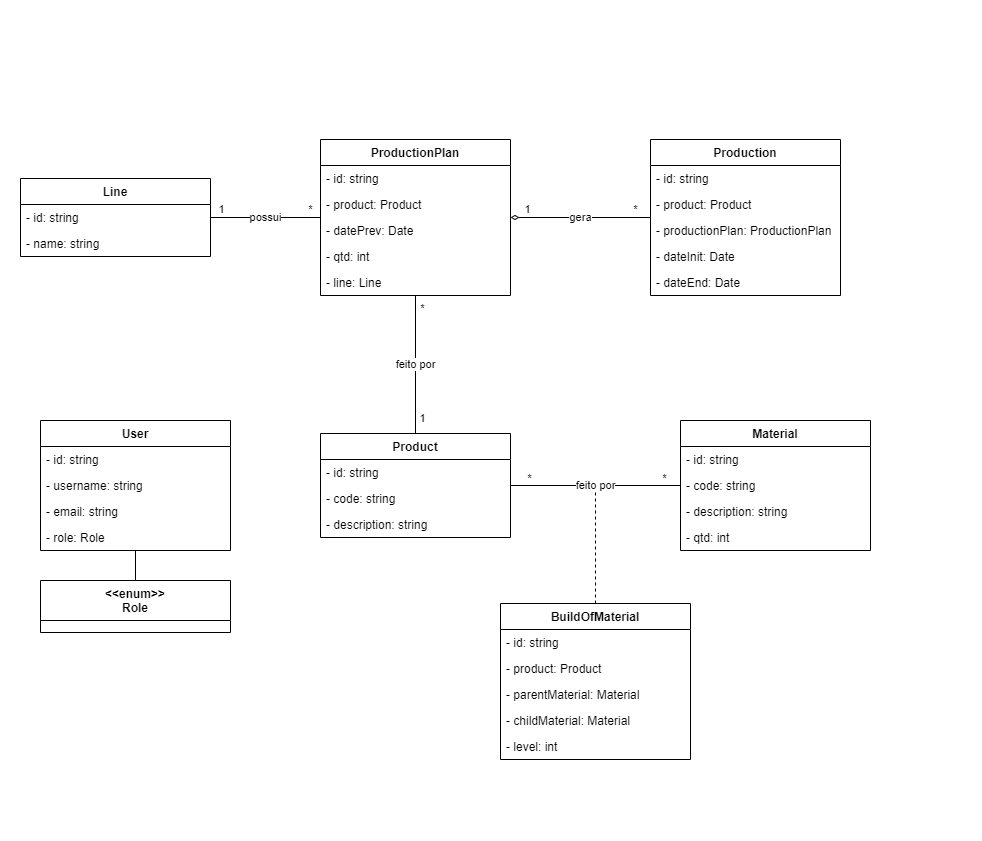
Earlier version of the draw.io export docs/imagens/diagram_classes.drawio.png (eduardobandeiramg/mrp). Source tidied: cells renumbered, new cells last; positions are measured from the earlier drawing's top-left corner, leaving out a move shared by most shapes.
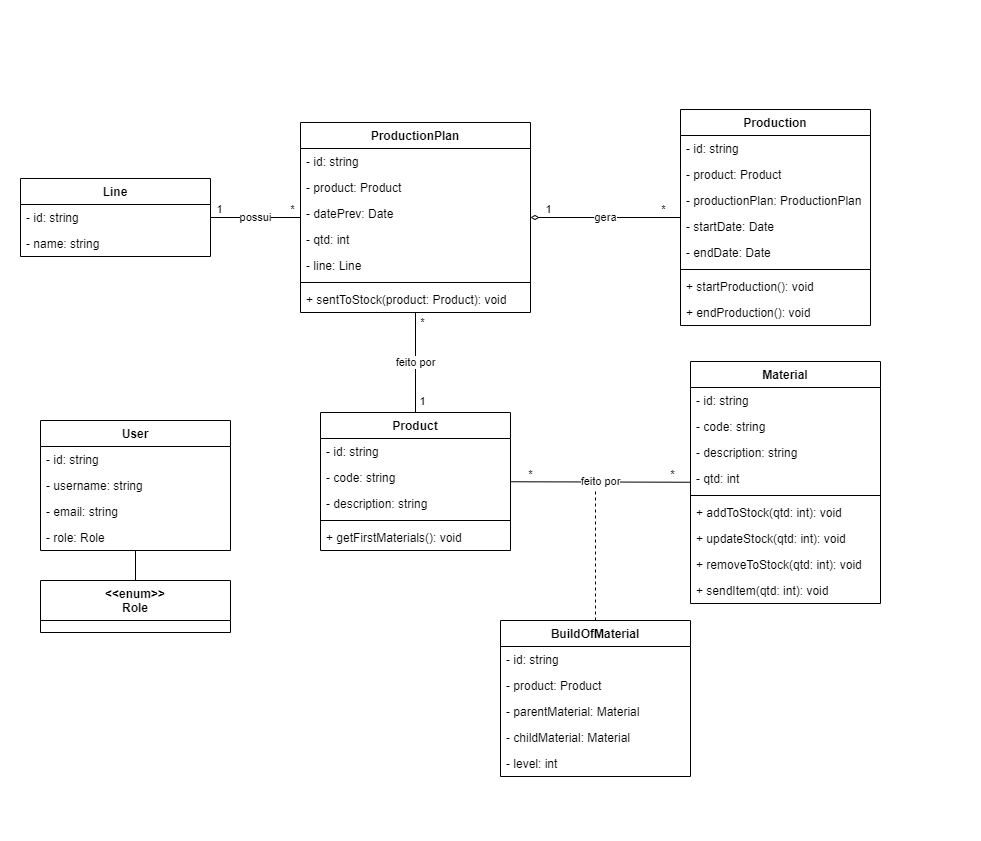
The same file after the commit.

Change to the diagram source:
```diff
@@ -18,40 +18,13 @@
         <mxPoint x="-2" y="-9" as="offset" />
       </mxGeometry>
     </mxCell>
-    <mxCell id="6" value="Product" style="swimlane;fontStyle=1;align=center;verticalAlign=top;horizontal=1;startSize=26;" parent="1" vertex="1">
-      <mxGeometry x="320" y="433" width="190" height="104" as="geometry" />
-    </mxCell>
-    <mxCell id="7" value="- id: string" style="text;strokeColor=none;fillColor=none;align=left;verticalAlign=top;spacingLeft=4;spacingRight=4;overflow=hidden;" parent="6" vertex="1">
-      <mxGeometry y="26" width="190" height="26" as="geometry" />
-    </mxCell>
-    <mxCell id="8" value="- code: string" style="text;strokeColor=none;fillColor=none;align=left;verticalAlign=top;spacingLeft=4;spacingRight=4;overflow=hidden;" parent="6" vertex="1">
-      <mxGeometry y="52" width="190" height="26" as="geometry" />
-    </mxCell>
-    <mxCell id="9" value="- description: string" style="text;strokeColor=none;fillColor=none;align=left;verticalAlign=top;spacingLeft=4;spacingRight=4;overflow=hidden;" parent="6" vertex="1">
-      <mxGeometry y="78" width="190" height="26" as="geometry" />
-    </mxCell>
-    <mxCell id="10" value="Material" style="swimlane;fontStyle=1;align=center;verticalAlign=top;horizontal=1;startSize=26;" parent="1" vertex="1">
-      <mxGeometry x="680" y="420" width="190" height="130" as="geometry" />
-    </mxCell>
-    <mxCell id="11" value="- id: string" style="text;strokeColor=none;fillColor=none;align=left;verticalAlign=top;spacingLeft=4;spacingRight=4;overflow=hidden;" parent="10" vertex="1">
-      <mxGeometry y="26" width="190" height="26" as="geometry" />
-    </mxCell>
-    <mxCell id="12" value="- code: string" style="text;strokeColor=none;fillColor=none;align=left;verticalAlign=top;spacingLeft=4;spacingRight=4;overflow=hidden;" parent="10" vertex="1">
-      <mxGeometry y="52" width="190" height="26" as="geometry" />
-    </mxCell>
-    <mxCell id="13" value="- description: string" style="text;strokeColor=none;fillColor=none;align=left;verticalAlign=top;spacingLeft=4;spacingRight=4;overflow=hidden;" parent="10" vertex="1">
-      <mxGeometry y="78" width="190" height="26" as="geometry" />
-    </mxCell>
-    <mxCell id="14" value="- qtd: int" style="text;strokeColor=none;fillColor=none;align=left;verticalAlign=top;spacingLeft=4;spacingRight=4;overflow=hidden;" parent="10" vertex="1">
-      <mxGeometry y="104" width="190" height="26" as="geometry" />
-    </mxCell>
     <mxCell id="15" style="edgeStyle=none;html=1;endArrow=none;endFill=0;dashed=1;" parent="1" edge="1" source="16">
       <mxGeometry relative="1" as="geometry">
         <mxPoint x="595" y="490" as="targetPoint" />
       </mxGeometry>
     </mxCell>
     <mxCell id="16" value="BuildOfMaterial" style="swimlane;fontStyle=1;align=center;verticalAlign=top;horizontal=1;startSize=26;" parent="1" vertex="1">
-      <mxGeometry x="500" y="603" width="190" height="156" as="geometry" />
+      <mxGeometry x="500" y="620" width="190" height="156" as="geometry" />
     </mxCell>
     <mxCell id="17" value="- id: string" style="text;strokeColor=none;fillColor=none;align=left;verticalAlign=top;spacingLeft=4;spacingRight=4;overflow=hidden;" parent="16" vertex="1">
       <mxGeometry y="26" width="190" height="26" as="geometry" />
@@ -115,42 +88,6 @@
         <mxPoint x="6" as="offset" />
       </mxGeometry>
     </mxCell>
-    <mxCell id="35" value="ProductionPlan" style="swimlane;fontStyle=1;align=center;verticalAlign=top;horizontal=1;startSize=26;" parent="1" vertex="1">
-      <mxGeometry x="320" y="139" width="190" height="156" as="geometry" />
-    </mxCell>
-    <mxCell id="36" value="- id: string" style="text;strokeColor=none;fillColor=none;align=left;verticalAlign=top;spacingLeft=4;spacingRight=4;overflow=hidden;" parent="35" vertex="1">
-      <mxGeometry y="26" width="190" height="26" as="geometry" />
-    </mxCell>
-    <mxCell id="37" value="- product: Product" style="text;strokeColor=none;fillColor=none;align=left;verticalAlign=top;spacingLeft=4;spacingRight=4;overflow=hidden;" parent="35" vertex="1">
-      <mxGeometry y="52" width="190" height="26" as="geometry" />
-    </mxCell>
-    <mxCell id="38" value="- datePrev: Date" style="text;strokeColor=none;fillColor=none;align=left;verticalAlign=top;spacingLeft=4;spacingRight=4;overflow=hidden;" parent="35" vertex="1">
-      <mxGeometry y="78" width="190" height="26" as="geometry" />
-    </mxCell>
-    <mxCell id="39" value="- qtd: int" style="text;strokeColor=none;fillColor=none;align=left;verticalAlign=top;spacingLeft=4;spacingRight=4;overflow=hidden;" parent="35" vertex="1">
-      <mxGeometry y="104" width="190" height="26" as="geometry" />
-    </mxCell>
-    <mxCell id="40" value="- line: Line" style="text;strokeColor=none;fillColor=none;align=left;verticalAlign=top;spacingLeft=4;spacingRight=4;overflow=hidden;" parent="35" vertex="1">
-      <mxGeometry y="130" width="190" height="26" as="geometry" />
-    </mxCell>
-    <mxCell id="41" value="Production" style="swimlane;fontStyle=1;align=center;verticalAlign=top;horizontal=1;startSize=26;" parent="1" vertex="1">
-      <mxGeometry x="650" y="139" width="190" height="156" as="geometry" />
-    </mxCell>
-    <mxCell id="42" value="- id: string" style="text;strokeColor=none;fillColor=none;align=left;verticalAlign=top;spacingLeft=4;spacingRight=4;overflow=hidden;" parent="41" vertex="1">
-      <mxGeometry y="26" width="190" height="26" as="geometry" />
-    </mxCell>
-    <mxCell id="43" value="- product: Product" style="text;strokeColor=none;fillColor=none;align=left;verticalAlign=top;spacingLeft=4;spacingRight=4;overflow=hidden;" parent="41" vertex="1">
-      <mxGeometry y="52" width="190" height="26" as="geometry" />
-    </mxCell>
-    <mxCell id="44" value="- productionPlan: ProductionPlan" style="text;strokeColor=none;fillColor=none;align=left;verticalAlign=top;spacingLeft=4;spacingRight=4;overflow=hidden;" parent="41" vertex="1">
-      <mxGeometry y="78" width="190" height="26" as="geometry" />
-    </mxCell>
-    <mxCell id="45" value="- dateInit: Date" style="text;strokeColor=none;fillColor=none;align=left;verticalAlign=top;spacingLeft=4;spacingRight=4;overflow=hidden;" parent="41" vertex="1">
-      <mxGeometry y="104" width="190" height="26" as="geometry" />
-    </mxCell>
-    <mxCell id="46" value="- dateEnd: Date" style="text;strokeColor=none;fillColor=none;align=left;verticalAlign=top;spacingLeft=4;spacingRight=4;overflow=hidden;" parent="41" vertex="1">
-      <mxGeometry y="130" width="190" height="26" as="geometry" />
-    </mxCell>
     <mxCell id="47" value="possui" style="edgeStyle=none;html=1;startArrow=none;startFill=0;endArrow=none;endFill=0;" parent="1" edge="1" source="50" target="35">
       <mxGeometry relative="1" as="geometry" />
     </mxCell>
@@ -173,5 +110,104 @@
     <mxCell id="52" value="- name: string" style="text;strokeColor=none;fillColor=none;align=left;verticalAlign=top;spacingLeft=4;spacingRight=4;overflow=hidden;" parent="50" vertex="1">
       <mxGeometry y="52" width="190" height="26" as="geometry" />
     </mxCell>
+    <mxCell id="41" value="Production" style="swimlane;fontStyle=1;align=center;verticalAlign=top;horizontal=1;startSize=26;" parent="1" vertex="1">
+      <mxGeometry x="680" y="109" width="190" height="216" as="geometry" />
+    </mxCell>
+    <mxCell id="53" value="- id: string" style="text;strokeColor=none;fillColor=none;align=left;verticalAlign=top;spacingLeft=4;spacingRight=4;overflow=hidden;" parent="41" vertex="1">
+      <mxGeometry y="26" width="190" height="26" as="geometry" />
+    </mxCell>
+    <mxCell id="54" value="- product: Product" style="text;strokeColor=none;fillColor=none;align=left;verticalAlign=top;spacingLeft=4;spacingRight=4;overflow=hidden;" parent="41" vertex="1">
+      <mxGeometry y="52" width="190" height="26" as="geometry" />
+    </mxCell>
+    <mxCell id="44" value="- productionPlan: ProductionPlan" style="text;strokeColor=none;fillColor=none;align=left;verticalAlign=top;spacingLeft=4;spacingRight=4;overflow=hidden;" parent="41" vertex="1">
+      <mxGeometry y="78" width="190" height="26" as="geometry" />
+    </mxCell>
+    <mxCell id="55" value="- startDate: Date" style="text;strokeColor=none;fillColor=none;align=left;verticalAlign=top;spacingLeft=4;spacingRight=4;overflow=hidden;" parent="41" vertex="1">
+      <mxGeometry y="104" width="190" height="26" as="geometry" />
+    </mxCell>
+    <mxCell id="56" value="- endDate: Date" style="text;strokeColor=none;fillColor=none;align=left;verticalAlign=top;spacingLeft=4;spacingRight=4;overflow=hidden;" parent="41" vertex="1">
+      <mxGeometry y="130" width="190" height="26" as="geometry" />
+    </mxCell>
+    <mxCell id="57" style="line;strokeWidth=1;fillColor=none;align=left;verticalAlign=middle;spacingTop=-1;spacingLeft=3;spacingRight=3;labelPosition=right;strokeColor=inherit;" parent="41" vertex="1">
+      <mxGeometry y="156" width="190" height="8" as="geometry" />
+    </mxCell>
+    <mxCell id="58" value="+ startProduction(): void" style="text;strokeColor=none;fillColor=none;align=left;verticalAlign=top;spacingLeft=4;spacingRight=4;overflow=hidden;" parent="41" vertex="1">
+      <mxGeometry y="164" width="190" height="26" as="geometry" />
+    </mxCell>
+    <mxCell id="59" value="+ endProduction(): void" style="text;strokeColor=none;fillColor=none;align=left;verticalAlign=top;spacingLeft=4;spacingRight=4;overflow=hidden;" parent="41" vertex="1">
+      <mxGeometry y="190" width="190" height="26" as="geometry" />
+    </mxCell>
+    <mxCell id="35" value="ProductionPlan" style="swimlane;fontStyle=1;align=center;verticalAlign=top;horizontal=1;startSize=26;" parent="1" vertex="1">
+      <mxGeometry x="300" y="122" width="230" height="190" as="geometry" />
+    </mxCell>
+    <mxCell id="60" value="- id: string" style="text;strokeColor=none;fillColor=none;align=left;verticalAlign=top;spacingLeft=4;spacingRight=4;overflow=hidden;" parent="35" vertex="1">
+      <mxGeometry y="26" width="230" height="26" as="geometry" />
+    </mxCell>
+    <mxCell id="61" value="- product: Product" style="text;strokeColor=none;fillColor=none;align=left;verticalAlign=top;spacingLeft=4;spacingRight=4;overflow=hidden;" parent="35" vertex="1">
+      <mxGeometry y="52" width="230" height="26" as="geometry" />
+    </mxCell>
+    <mxCell id="38" value="- datePrev: Date" style="text;strokeColor=none;fillColor=none;align=left;verticalAlign=top;spacingLeft=4;spacingRight=4;overflow=hidden;" parent="35" vertex="1">
+      <mxGeometry y="78" width="230" height="26" as="geometry" />
+    </mxCell>
+    <mxCell id="62" value="- qtd: int" style="text;strokeColor=none;fillColor=none;align=left;verticalAlign=top;spacingLeft=4;spacingRight=4;overflow=hidden;" parent="35" vertex="1">
+      <mxGeometry y="104" width="230" height="26" as="geometry" />
+    </mxCell>
+    <mxCell id="40" value="- line: Line" style="text;strokeColor=none;fillColor=none;align=left;verticalAlign=top;spacingLeft=4;spacingRight=4;overflow=hidden;" parent="35" vertex="1">
+      <mxGeometry y="130" width="230" height="26" as="geometry" />
+    </mxCell>
+    <mxCell id="63" style="line;strokeWidth=1;fillColor=none;align=left;verticalAlign=middle;spacingTop=-1;spacingLeft=3;spacingRight=3;labelPosition=right;strokeColor=inherit;" parent="35" vertex="1">
+      <mxGeometry y="156" width="230" height="8" as="geometry" />
+    </mxCell>
+    <mxCell id="64" value="+ sentToStock(product: Product): void" style="text;strokeColor=none;fillColor=none;align=left;verticalAlign=top;spacingLeft=4;spacingRight=4;overflow=hidden;" parent="35" vertex="1">
+      <mxGeometry y="164" width="230" height="26" as="geometry" />
+    </mxCell>
+    <mxCell id="6" value="Product" style="swimlane;fontStyle=1;align=center;verticalAlign=top;horizontal=1;startSize=26;" parent="1" vertex="1">
+      <mxGeometry x="320" y="412" width="190" height="138" as="geometry" />
+    </mxCell>
+    <mxCell id="65" value="- id: string" style="text;strokeColor=none;fillColor=none;align=left;verticalAlign=top;spacingLeft=4;spacingRight=4;overflow=hidden;" parent="6" vertex="1">
+      <mxGeometry y="26" width="190" height="26" as="geometry" />
+    </mxCell>
+    <mxCell id="66" value="- code: string" style="text;strokeColor=none;fillColor=none;align=left;verticalAlign=top;spacingLeft=4;spacingRight=4;overflow=hidden;" parent="6" vertex="1">
+      <mxGeometry y="52" width="190" height="26" as="geometry" />
+    </mxCell>
+    <mxCell id="67" value="- description: string" style="text;strokeColor=none;fillColor=none;align=left;verticalAlign=top;spacingLeft=4;spacingRight=4;overflow=hidden;" parent="6" vertex="1">
+      <mxGeometry y="78" width="190" height="26" as="geometry" />
+    </mxCell>
+    <mxCell id="68" style="line;strokeWidth=1;fillColor=none;align=left;verticalAlign=middle;spacingTop=-1;spacingLeft=3;spacingRight=3;labelPosition=right;strokeColor=inherit;" parent="6" vertex="1">
+      <mxGeometry y="104" width="190" height="8" as="geometry" />
+    </mxCell>
+    <mxCell id="69" value="+ getFirstMaterials(): void" style="text;strokeColor=none;fillColor=none;align=left;verticalAlign=top;spacingLeft=4;spacingRight=4;overflow=hidden;" parent="6" vertex="1">
+      <mxGeometry y="112" width="190" height="26" as="geometry" />
+    </mxCell>
+    <mxCell id="10" value="Material" style="swimlane;fontStyle=1;align=center;verticalAlign=top;horizontal=1;startSize=26;" parent="1" vertex="1">
+      <mxGeometry x="690" y="361" width="190" height="242" as="geometry" />
+    </mxCell>
+    <mxCell id="70" value="- id: string" style="text;strokeColor=none;fillColor=none;align=left;verticalAlign=top;spacingLeft=4;spacingRight=4;overflow=hidden;" parent="10" vertex="1">
+      <mxGeometry y="26" width="190" height="26" as="geometry" />
+    </mxCell>
+    <mxCell id="71" value="- code: string" style="text;strokeColor=none;fillColor=none;align=left;verticalAlign=top;spacingLeft=4;spacingRight=4;overflow=hidden;" parent="10" vertex="1">
+      <mxGeometry y="52" width="190" height="26" as="geometry" />
+    </mxCell>
+    <mxCell id="72" value="- description: string" style="text;strokeColor=none;fillColor=none;align=left;verticalAlign=top;spacingLeft=4;spacingRight=4;overflow=hidden;" parent="10" vertex="1">
+      <mxGeometry y="78" width="190" height="26" as="geometry" />
+    </mxCell>
+    <mxCell id="73" value="- qtd: int" style="text;strokeColor=none;fillColor=none;align=left;verticalAlign=top;spacingLeft=4;spacingRight=4;overflow=hidden;" parent="10" vertex="1">
+      <mxGeometry y="104" width="190" height="26" as="geometry" />
+    </mxCell>
+    <mxCell id="74" style="line;strokeWidth=1;fillColor=none;align=left;verticalAlign=middle;spacingTop=-1;spacingLeft=3;spacingRight=3;labelPosition=right;strokeColor=inherit;" parent="10" vertex="1">
+      <mxGeometry y="130" width="190" height="8" as="geometry" />
+    </mxCell>
+    <mxCell id="75" value="+ addToStock(qtd: int): void" style="text;strokeColor=none;fillColor=none;align=left;verticalAlign=top;spacingLeft=4;spacingRight=4;overflow=hidden;" parent="10" vertex="1">
+      <mxGeometry y="138" width="190" height="26" as="geometry" />
+    </mxCell>
+    <mxCell id="76" value="+ updateStock(qtd: int): void" style="text;strokeColor=none;fillColor=none;align=left;verticalAlign=top;spacingLeft=4;spacingRight=4;overflow=hidden;" parent="10" vertex="1">
+      <mxGeometry y="164" width="190" height="26" as="geometry" />
+    </mxCell>
+    <mxCell id="77" value="+ removeToStock(qtd: int): void" style="text;strokeColor=none;fillColor=none;align=left;verticalAlign=top;spacingLeft=4;spacingRight=4;overflow=hidden;" parent="10" vertex="1">
+      <mxGeometry y="190" width="190" height="26" as="geometry" />
+    </mxCell>
+    <mxCell id="78" value="+ sendItem(qtd: int): void" style="text;strokeColor=none;fillColor=none;align=left;verticalAlign=top;spacingLeft=4;spacingRight=4;overflow=hidden;" parent="10" vertex="1">
+      <mxGeometry y="216" width="190" height="26" as="geometry" />
+    </mxCell>
   </root>
 </mxGraphModel>
```
